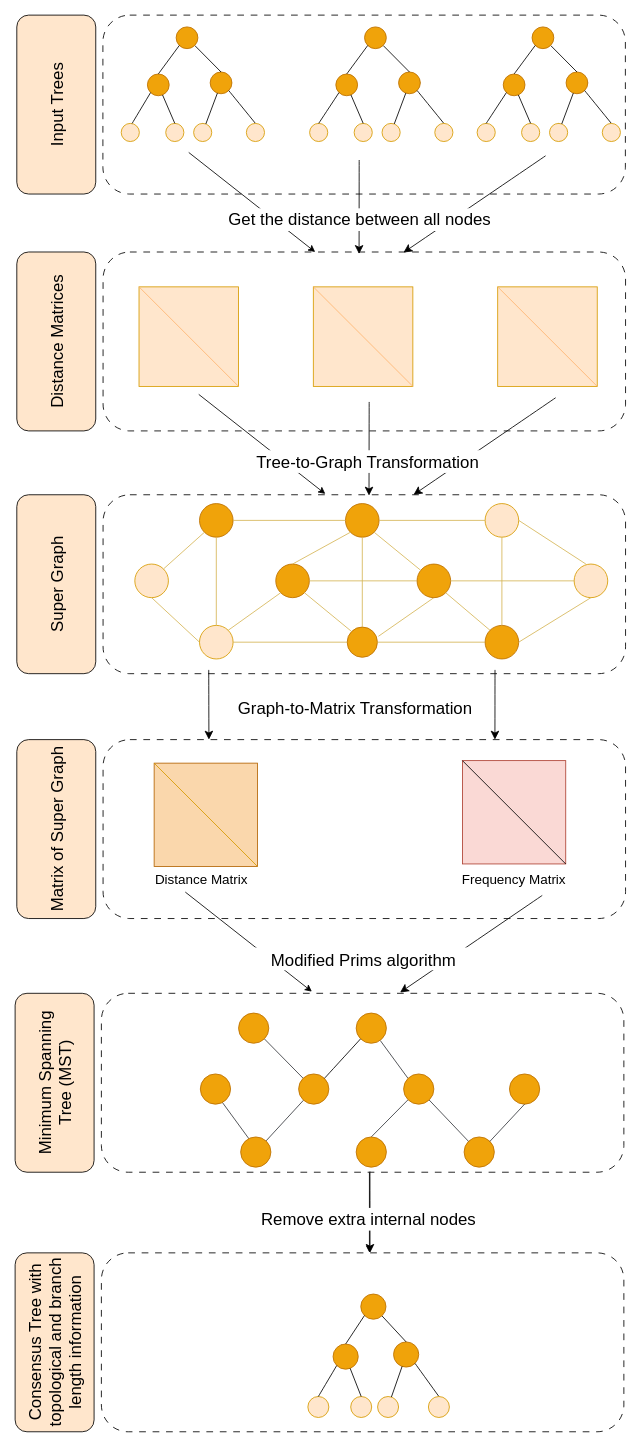
Above: page "Copy of Page-1" (2 of 4) of img/Figure1.drawio in tahiri-lab/PrismTree (draw.io), before the change. Source tidied: cells renumbered, new cells numbered last; positions are measured from the earlier drawing's top-left corner, leaving out a move shared by most shapes. Both pictures are drawn from the tidied source at 84%, with x=0, y=0 at pixel (-35, 14).
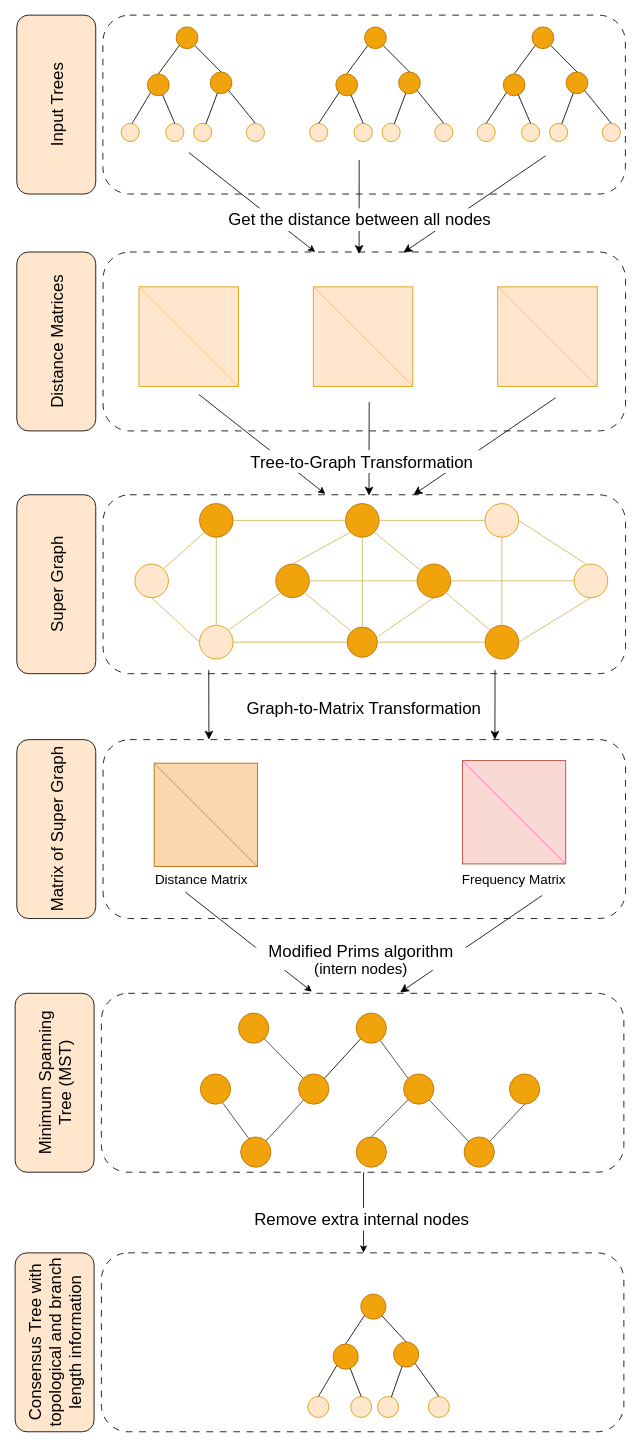
The same page after the edit.

Unchanged cells that the change refers to:
```xml
<mxCell id="2" style="rounded=1;whiteSpace=wrap;html=1;fontSize=16;dashed=1;dashPattern=8 8;" parent="1" vertex="1">
  <mxGeometry x="162.2" y="1474" width="622" height="213" as="geometry" />
</mxCell>
<mxCell id="3" style="rounded=1;whiteSpace=wrap;html=1;fontSize=16;dashed=1;dashPattern=8 8;" parent="1" vertex="1">
  <mxGeometry x="162.2" y="1165" width="622" height="213" as="geometry" />
</mxCell>
<mxCell id="16" style="whiteSpace=wrap;html=1;fillColor=#fad9d5;strokeColor=#ae4132;" parent="1" vertex="1">
  <mxGeometry x="592" y="888" width="123" height="123" as="geometry" />
</mxCell>
```

The edit, as a diff of the source:
```diff
@@
-    <mxCell id="18" style="endArrow=none;html=1;rounded=0;entryX=0;entryY=0;entryDx=0;entryDy=0;exitX=1;exitY=1;exitDx=0;exitDy=0;" parent="1" edge="1" source="16" target="16">
+    <mxCell id="18" style="endArrow=none;html=1;rounded=0;entryX=0;entryY=0;entryDx=0;entryDy=0;exitX=1;exitY=1;exitDx=0;exitDy=0;strokeColor=#FF66B3;" parent="1" edge="1" source="16" target="16">
       <mxGeometry relative="1" as="geometry" />
     </mxCell>
@@
     <mxCell id="156" value="&lt;font style=&quot;font-size: 20px;&quot;&gt;Tree-to-Graph Transformation&lt;/font&gt;" style="text;strokeColor=none;fillColor=none;html=1;align=center;verticalAlign=middle;whiteSpace=wrap;rounded=0;fontSize=16;" parent="1" vertex="1">
-      <mxGeometry x="204" y="517" width="551" height="30" as="geometry" />
+      <mxGeometry x="164" y="517" width="617" height="30" as="geometry" />
     </mxCell>
@@
-    <mxCell id="160" value="&lt;font style=&quot;font-size: 20px;&quot;&gt;Modified Prims algorithm&lt;/font&gt;" style="text;strokeColor=none;fillColor=none;html=1;align=center;verticalAlign=middle;whiteSpace=wrap;rounded=0;fontSize=16;" parent="1" vertex="1">
-      <mxGeometry x="182" y="1110" width="585" height="30" as="geometry" />
+    <mxCell id="160" value="&lt;font style=&quot;&quot;&gt;&lt;span style=&quot;font-size: 20px;&quot;&gt;Modified Prims algorithm&lt;/span&gt;&lt;br&gt;&lt;font style=&quot;font-size: 18px;&quot;&gt;(intern nodes)&lt;/font&gt;&lt;br&gt;&lt;/font&gt;" style="text;strokeColor=none;fillColor=none;html=1;align=center;verticalAlign=middle;whiteSpace=wrap;rounded=0;fontSize=16;" parent="1" vertex="1">
+      <mxGeometry x="166" y="1110" width="611" height="30" as="geometry" />
     </mxCell>
-    <mxCell id="161" style="endArrow=classic;html=1;rounded=0;fontSize=12;startSize=8;endSize=8;curved=1;entryX=0.49;entryY=0.011;entryDx=0;entryDy=0;entryPerimeter=0;exitX=0.514;exitY=0.996;exitDx=0;exitDy=0;exitPerimeter=0;" parent="1" edge="1" source="3">
-      <mxGeometry relative="1" as="geometry">
-        <mxPoint x="482" y="1474" as="targetPoint" />
-      </mxGeometry>
-    </mxCell>
-    <mxCell id="162" style="endArrow=classic;html=1;rounded=0;entryX=0.513;entryY=-0.001;entryDx=0;entryDy=0;entryPerimeter=0;exitX=0.513;exitY=1.001;exitDx=0;exitDy=0;exitPerimeter=0;" parent="1" edge="1" source="3" target="2">
-      <mxGeometry relative="1" as="geometry" />
+    <mxCell id="162" style="endArrow=classic;html=1;rounded=0;entryX=0.513;entryY=-0.001;entryDx=0;entryDy=0;entryPerimeter=0;exitX=0.513;exitY=1.001;exitDx=0;exitDy=0;exitPerimeter=0;" parent="1" edge="1">
+      <mxGeometry relative="1" as="geometry">
+        <mxPoint x="474.3" y="1378.2" as="sourcePoint" />
+        <mxPoint x="474.3" y="1473.8" as="targetPoint" />
+      </mxGeometry>
     </mxCell>
@@
     <mxCell id="164" value="&lt;font style=&quot;font-size: 20px;&quot;&gt;Remove extra internal nodes&lt;/font&gt;" style="text;strokeColor=none;fillColor=none;html=1;align=center;verticalAlign=middle;whiteSpace=wrap;rounded=0;fontSize=16;" parent="1" vertex="1">
-      <mxGeometry x="263" y="1418" width="435" height="30" as="geometry" />
+      <mxGeometry x="169" y="1418" width="607" height="30" as="geometry" />
     </mxCell>
@@
     <mxCell id="166" value="&lt;font style=&quot;font-size: 20px;&quot;&gt;Graph-to-Matrix Transformation&lt;/font&gt;" style="text;strokeColor=none;fillColor=none;html=1;align=center;verticalAlign=middle;whiteSpace=wrap;rounded=0;fontSize=16;" parent="1" vertex="1">
-      <mxGeometry x="189" y="810" width="551" height="30" as="geometry" />
+      <mxGeometry x="168" y="810" width="614" height="30" as="geometry" />
     </mxCell>
```
